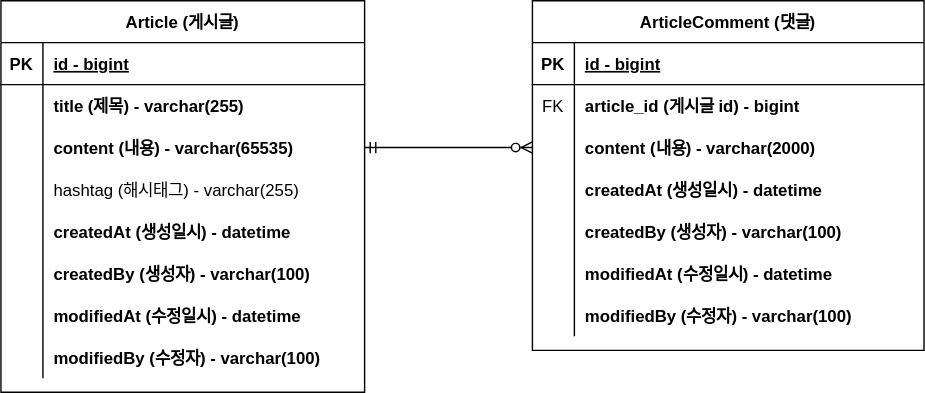
Before: document/project-board-erd.drawio.svg, a diagram exported from draw.io (YuYejin/board-service). Source tidied: cells renumbered, new cells last; positions are measured from the earlier drawing's top-left corner, leaving out a move shared by most shapes.
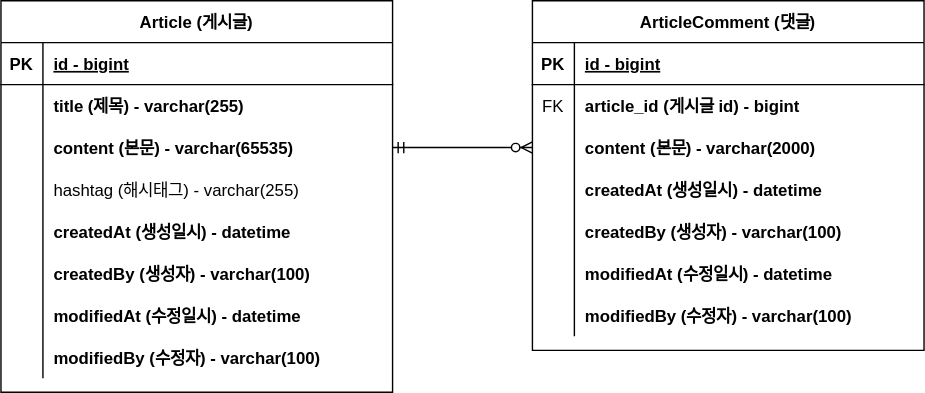
After the change.

Commit message:
#8 - ERD 주석 업데이트: project-board-erd.drawio.svg

Diff of the diagram source:
```diff
@@ -3,79 +3,79 @@
     <mxCell id="0" />
     <mxCell id="1" parent="0" />
     <mxCell id="2" value="Article (게시글)" style="shape=table;startSize=30;rowLines=0;fontStyle=1;align=center;" parent="1" vertex="1">
-      <mxGeometry width="260" height="280" as="geometry" />
+      <mxGeometry width="280" height="280" as="geometry" />
     </mxCell>
     <mxCell id="3" style="shape=tableRow;horizontal=0;startSize=0;swimlaneHead=0;swimlaneBody=0;fillColor=none;top=0;left=0;right=0;bottom=1;" parent="2" vertex="1">
-      <mxGeometry y="30" width="260" height="30" as="geometry" />
+      <mxGeometry y="30" width="280" height="30" as="geometry" />
     </mxCell>
     <mxCell id="4" value="PK" style="shape=partialRectangle;fillColor=none;top=0;left=0;bottom=0;right=0;fontStyle=1;overflow=hidden;" parent="3" vertex="1">
       <mxGeometry width="30" height="30" as="geometry" />
     </mxCell>
     <mxCell id="5" value="id - bigint" style="shape=partialRectangle;fillColor=none;top=0;left=0;bottom=0;right=0;align=left;spacingLeft=6;fontStyle=5;overflow=hidden;" parent="3" vertex="1">
-      <mxGeometry x="30" width="230" height="30" as="geometry" />
+      <mxGeometry x="30" width="250" height="30" as="geometry" />
     </mxCell>
     <mxCell id="6" style="shape=tableRow;horizontal=0;startSize=0;swimlaneHead=0;swimlaneBody=0;fillColor=none;top=0;left=0;right=0;bottom=0;" parent="2" vertex="1">
-      <mxGeometry y="60" width="260" height="30" as="geometry" />
+      <mxGeometry y="60" width="280" height="30" as="geometry" />
     </mxCell>
     <mxCell id="7" style="shape=partialRectangle;fillColor=none;top=0;left=0;bottom=0;right=0;overflow=hidden;" parent="6" vertex="1">
       <mxGeometry width="30" height="30" as="geometry" />
     </mxCell>
     <mxCell id="8" value="title (제목) - varchar(255)" style="shape=partialRectangle;fillColor=none;top=0;left=0;bottom=0;right=0;align=left;spacingLeft=6;overflow=hidden;fontStyle=1;" parent="6" vertex="1">
-      <mxGeometry x="30" width="230" height="30" as="geometry" />
+      <mxGeometry x="30" width="250" height="30" as="geometry" />
     </mxCell>
     <mxCell id="9" style="shape=tableRow;horizontal=0;startSize=0;swimlaneHead=0;swimlaneBody=0;fillColor=none;points=[[0,0.5],[1,0.5]];portConstraint=eastwest;top=0;left=0;right=0;bottom=0;" parent="2" vertex="1">
-      <mxGeometry y="90" width="260" height="30" as="geometry" />
+      <mxGeometry y="90" width="280" height="30" as="geometry" />
     </mxCell>
     <mxCell id="10" style="shape=partialRectangle;fillColor=none;top=0;left=0;bottom=0;right=0;overflow=hidden;" parent="9" vertex="1">
       <mxGeometry width="30" height="30" as="geometry" />
     </mxCell>
-    <mxCell id="11" value="content (내용) - varchar(65535)" style="shape=partialRectangle;fillColor=none;top=0;left=0;bottom=0;right=0;align=left;spacingLeft=6;overflow=hidden;fontStyle=1;" parent="9" vertex="1">
-      <mxGeometry x="30" width="230" height="30" as="geometry" />
+    <mxCell id="11" value="content (본문) - varchar(65535)" style="shape=partialRectangle;fillColor=none;top=0;left=0;bottom=0;right=0;align=left;spacingLeft=6;overflow=hidden;fontStyle=1;" parent="9" vertex="1">
+      <mxGeometry x="30" width="250" height="30" as="geometry" />
     </mxCell>
     <mxCell id="12" style="shape=tableRow;horizontal=0;startSize=0;swimlaneHead=0;swimlaneBody=0;fillColor=none;top=0;left=0;right=0;bottom=0;" parent="2" vertex="1">
-      <mxGeometry y="120" width="260" height="30" as="geometry" />
+      <mxGeometry y="120" width="280" height="30" as="geometry" />
     </mxCell>
     <mxCell id="13" style="shape=partialRectangle;fillColor=none;top=0;left=0;bottom=0;right=0;overflow=hidden;" parent="12" vertex="1">
       <mxGeometry width="30" height="30" as="geometry" />
     </mxCell>
     <mxCell id="14" value="hashtag (해시태그) - varchar(255)" style="shape=partialRectangle;fillColor=none;top=0;left=0;bottom=0;right=0;align=left;spacingLeft=6;overflow=hidden;" parent="12" vertex="1">
-      <mxGeometry x="30" width="230" height="30" as="geometry" />
+      <mxGeometry x="30" width="250" height="30" as="geometry" />
     </mxCell>
     <mxCell id="15" style="shape=tableRow;horizontal=0;startSize=0;swimlaneHead=0;swimlaneBody=0;fillColor=none;top=0;left=0;right=0;bottom=0;" parent="2" vertex="1">
-      <mxGeometry y="150" width="260" height="30" as="geometry" />
+      <mxGeometry y="150" width="280" height="30" as="geometry" />
     </mxCell>
     <mxCell id="16" style="shape=partialRectangle;fillColor=none;top=0;left=0;bottom=0;right=0;overflow=hidden;" parent="15" vertex="1">
       <mxGeometry width="30" height="30" as="geometry" />
     </mxCell>
     <mxCell id="17" value="createdAt (생성일시) - datetime" style="shape=partialRectangle;fillColor=none;top=0;left=0;bottom=0;right=0;align=left;spacingLeft=6;overflow=hidden;fontStyle=1;" parent="15" vertex="1">
-      <mxGeometry x="30" width="230" height="30" as="geometry" />
+      <mxGeometry x="30" width="250" height="30" as="geometry" />
     </mxCell>
     <mxCell id="18" style="shape=tableRow;horizontal=0;startSize=0;swimlaneHead=0;swimlaneBody=0;fillColor=none;top=0;left=0;right=0;bottom=0;" parent="2" vertex="1">
-      <mxGeometry y="180" width="260" height="30" as="geometry" />
+      <mxGeometry y="180" width="280" height="30" as="geometry" />
     </mxCell>
     <mxCell id="19" style="shape=partialRectangle;fillColor=none;top=0;left=0;bottom=0;right=0;overflow=hidden;" parent="18" vertex="1">
       <mxGeometry width="30" height="30" as="geometry" />
     </mxCell>
     <mxCell id="20" value="createdBy (생성자) - varchar(100)" style="shape=partialRectangle;fillColor=none;top=0;left=0;bottom=0;right=0;align=left;spacingLeft=6;overflow=hidden;fontStyle=1;" parent="18" vertex="1">
-      <mxGeometry x="30" width="230" height="30" as="geometry" />
+      <mxGeometry x="30" width="250" height="30" as="geometry" />
     </mxCell>
     <mxCell id="21" style="shape=tableRow;horizontal=0;startSize=0;swimlaneHead=0;swimlaneBody=0;fillColor=none;top=0;left=0;right=0;bottom=0;" parent="2" vertex="1">
-      <mxGeometry y="210" width="260" height="30" as="geometry" />
+      <mxGeometry y="210" width="280" height="30" as="geometry" />
     </mxCell>
     <mxCell id="22" style="shape=partialRectangle;fillColor=none;top=0;left=0;bottom=0;right=0;overflow=hidden;" parent="21" vertex="1">
       <mxGeometry width="30" height="30" as="geometry" />
     </mxCell>
     <mxCell id="23" value="modifiedAt (수정일시) - datetime" style="shape=partialRectangle;fillColor=none;top=0;left=0;bottom=0;right=0;align=left;spacingLeft=6;overflow=hidden;fontStyle=1;" parent="21" vertex="1">
-      <mxGeometry x="30" width="230" height="30" as="geometry" />
+      <mxGeometry x="30" width="250" height="30" as="geometry" />
     </mxCell>
     <mxCell id="24" style="shape=tableRow;horizontal=0;startSize=0;swimlaneHead=0;swimlaneBody=0;fillColor=none;top=0;left=0;right=0;bottom=0;" parent="2" vertex="1">
-      <mxGeometry y="240" width="260" height="30" as="geometry" />
+      <mxGeometry y="240" width="280" height="30" as="geometry" />
     </mxCell>
     <mxCell id="25" style="shape=partialRectangle;fillColor=none;top=0;left=0;bottom=0;right=0;overflow=hidden;" parent="24" vertex="1">
       <mxGeometry width="30" height="30" as="geometry" />
     </mxCell>
     <mxCell id="26" value="modifiedBy (수정자) - varchar(100)" style="shape=partialRectangle;fillColor=none;top=0;left=0;bottom=0;right=0;align=left;spacingLeft=6;overflow=hidden;fontStyle=1;" parent="24" vertex="1">
-      <mxGeometry x="30" width="230" height="30" as="geometry" />
+      <mxGeometry x="30" width="250" height="30" as="geometry" />
     </mxCell>
     <mxCell id="27" value="ArticleComment (댓글)" style="shape=table;startSize=30;rowLines=0;fontStyle=1;align=center;" parent="1" vertex="1">
       <mxGeometry x="380" width="280" height="250" as="geometry" />
@@ -104,7 +104,7 @@
     <mxCell id="35" style="shape=partialRectangle;fillColor=none;top=0;left=0;bottom=0;right=0;overflow=hidden;" parent="34" vertex="1">
       <mxGeometry width="30" height="30" as="geometry" />
     </mxCell>
-    <mxCell id="36" value="content (내용) - varchar(2000)" style="shape=partialRectangle;fillColor=none;top=0;left=0;bottom=0;right=0;align=left;spacingLeft=6;overflow=hidden;fontStyle=1;" parent="34" vertex="1">
+    <mxCell id="36" value="content (본문) - varchar(2000)" style="shape=partialRectangle;fillColor=none;top=0;left=0;bottom=0;right=0;align=left;spacingLeft=6;overflow=hidden;fontStyle=1;" parent="34" vertex="1">
       <mxGeometry x="30" width="250" height="30" as="geometry" />
     </mxCell>
     <mxCell id="37" style="shape=tableRow;horizontal=0;startSize=0;swimlaneHead=0;swimlaneBody=0;fillColor=none;top=0;left=0;right=0;bottom=0;" parent="27" vertex="1">
```
